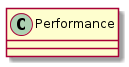
Earlier version of the PlantUML export elmma/elmma-model/diagrams/de.elmma.model.Performance.png (swillrich/eimma). Its diagram source:
```plantuml
@startuml

    class Performance {
        [[../../../de/elmma/model/Performance.html]]
    }

@enduml
```
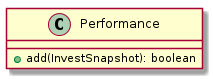
After the change.

The edit, as a diff of the source:
```diff
@@ -2,6 +2,7 @@
 
     class Performance {
         [[../../../de/elmma/model/Performance.html]]
+        +add(InvestSnapshot): boolean
     }
 
 @enduml
```
